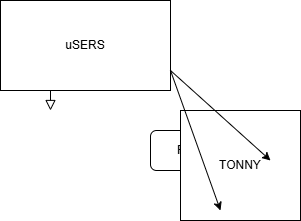
Above: Untitled Diagram.drawio.png in Papi1997/Ecommerce_ERD (draw.io), before the change. Source tidied: cells renumbered, new cells last; positions are measured from the earlier drawing's top-left corner, leaving out a move shared by most shapes.
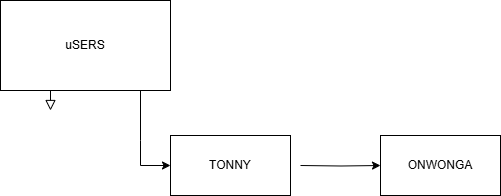
Later version of the same file.

Change to the diagram source:
```diff
@@ -8,23 +8,27 @@
         <mxPoint x="50" y="110" as="targetPoint" />
       </mxGeometry>
     </mxCell>
-    <mxCell id="3" value="Plug in lamp" style="rounded=1;whiteSpace=wrap;html=1;fontSize=12;glass=0;strokeWidth=1;shadow=0;" parent="1" vertex="1">
-      <mxGeometry x="150" y="130" width="120" height="40" as="geometry" />
-    </mxCell>
+    <mxCell id="7" style="edgeStyle=orthogonalEdgeStyle;rounded=0;jettySize=auto;html=1;" parent="1" edge="1" source="4" target="5">
+      <mxGeometry relative="1" as="geometry">
+        <Array as="points">
+          <mxPoint x="140" y="140" />
+          <mxPoint x="140" y="140" />
+        </Array>
+      </mxGeometry>
+    </mxCell>
     <mxCell id="4" value="uSERS" style="rounded=0;whiteSpace=wrap;html=1;" parent="1" vertex="1">
       <mxGeometry width="170" height="90" as="geometry" />
     </mxCell>
+    <mxCell id="8" style="edgeStyle=orthogonalEdgeStyle;rounded=0;jettySize=auto;html=1;" parent="1" edge="1" target="9">
+      <mxGeometry relative="1" as="geometry">
+        <mxPoint x="300" y="165" as="sourcePoint" />
+      </mxGeometry>
+    </mxCell>
+    <mxCell id="9" value="ONWONGA" style="whiteSpace=wrap;html=1;rounded=0;" parent="1" vertex="1">
+      <mxGeometry x="380" y="135" width="120" height="60" as="geometry" />
+    </mxCell>
-    <mxCell id="5" value="TONNY" style="rounded=0;whiteSpace=wrap;html=1;" parent="1" vertex="1">
-      <mxGeometry x="180" y="110" width="120" height="110" as="geometry" />
+    <mxCell id="5" value="TONNY" style="whiteSpace=wrap;html=1;rounded=0;" parent="1" vertex="1">
+      <mxGeometry x="170" y="135" width="120" height="60" as="geometry" />
     </mxCell>
-    <mxCell id="6" style="endArrow=classic;startArrow=classic;html=1;rounded=0;" parent="1" edge="1">
-      <mxGeometry relative="1" as="geometry">
-        <mxPoint x="220" y="210" as="sourcePoint" />
-        <mxPoint x="270" y="160" as="targetPoint" />
-        <Array as="points">
-          <mxPoint x="170" y="70" />
-        </Array>
-      </mxGeometry>
-    </mxCell>
   </root>
 </mxGraphModel>
```
